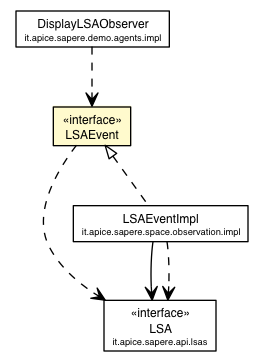
This is deployed-site/apidocs/it/apice/sapere/api/space/observation/LSAEvent.png from DanySK/Legacy-Contessi-Thesis-Semantic-Web-SAPERE, a Graphviz export, as it was before one commit. Its source is kept beside it as deployed-site/apidocs/it/apice/sapere/api/space/observation/LSAEvent.dot.
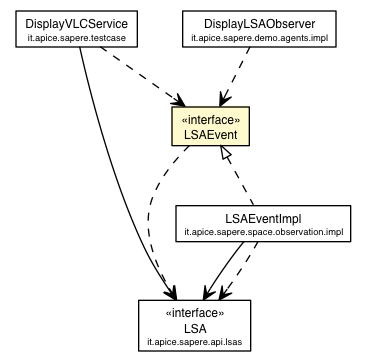
Later version of the same file.

What changed in the source:
```diff
@@ -2,34 +2,42 @@
 digraph G {
 	edge [fontname="Helvetica",fontsize=10,labelfontname="Helvetica",labelfontsize=10];
 	node [fontname="Helvetica",fontsize=10,shape=plaintext];
-	c43096 [label=<<table border="0" cellborder="1" cellspacing="0" cellpadding="2" port="p" href="../../lsas/LSA.html">
+	c49046 [label=<<table border="0" cellborder="1" cellspacing="0" cellpadding="2" port="p" href="../../lsas/LSA.html">
 		<tr><td><table border="0" cellspacing="0" cellpadding="1">
 			<tr><td> &laquo;interface&raquo; </td></tr>
 			<tr><td> LSA </td></tr>
 			<tr><td><font point-size="7.0"> it.apice.sapere.api.lsas </font></td></tr>
 		</table></td></tr>
 		</table>>, fontname="Helvetica", fontcolor="black", fontsize=9.0];
-	c43151 [label=<<table border="0" cellborder="1" cellspacing="0" cellpadding="2" port="p" bgcolor="lemonChiffon" href="./LSAEvent.html">
+	c49101 [label=<<table border="0" cellborder="1" cellspacing="0" cellpadding="2" port="p" bgcolor="lemonChiffon" href="./LSAEvent.html">
 		<tr><td><table border="0" cellspacing="0" cellpadding="1">
 			<tr><td> &laquo;interface&raquo; </td></tr>
 			<tr><td> LSAEvent </td></tr>
 		</table></td></tr>
 		</table>>, fontname="Helvetica", fontcolor="black", fontsize=9.0];
-	c43227 [label=<<table border="0" cellborder="1" cellspacing="0" cellpadding="2" port="p" href="../../../space/observation/impl/LSAEventImpl.html">
+	c49177 [label=<<table border="0" cellborder="1" cellspacing="0" cellpadding="2" port="p" href="../../../space/observation/impl/LSAEventImpl.html">
 		<tr><td><table border="0" cellspacing="0" cellpadding="1">
 			<tr><td> LSAEventImpl </td></tr>
 			<tr><td><font point-size="7.0"> it.apice.sapere.space.observation.impl </font></td></tr>
 		</table></td></tr>
 		</table>>, fontname="Helvetica", fontcolor="black", fontsize=9.0];
-	c43266 [label=<<table border="0" cellborder="1" cellspacing="0" cellpadding="2" port="p" href="../../../demo/agents/impl/DisplayLSAObserver.html">
+	c49218 [label=<<table border="0" cellborder="1" cellspacing="0" cellpadding="2" port="p" href="../../../testcase/DisplayVLCService.html">
+		<tr><td><table border="0" cellspacing="0" cellpadding="1">
+			<tr><td> DisplayVLCService </td></tr>
+			<tr><td><font point-size="7.0"> it.apice.sapere.testcase </font></td></tr>
+		</table></td></tr>
+		</table>>, fontname="Helvetica", fontcolor="black", fontsize=9.0];
+	c49223 [label=<<table border="0" cellborder="1" cellspacing="0" cellpadding="2" port="p" href="../../../demo/agents/impl/DisplayLSAObserver.html">
 		<tr><td><table border="0" cellspacing="0" cellpadding="1">
 			<tr><td> DisplayLSAObserver </td></tr>
 			<tr><td><font point-size="7.0"> it.apice.sapere.demo.agents.impl </font></td></tr>
 		</table></td></tr>
 		</table>>, fontname="Helvetica", fontcolor="black", fontsize=9.0];
-	c43151:p -> c43227:p [dir=back,arrowtail=empty,style=dashed];
-	c43227:p -> c43096:p [taillabel="", label="", headlabel="", fontname="Helvetica", fontcolor="black", fontsize=10.0, color="black", arrowhead=open];
-	c43151:p -> c43096:p [taillabel="", label="", headlabel="", fontname="Helvetica", fontcolor="black", fontsize=10.0, color="black", arrowhead=open, style=dashed];
-	c43227:p -> c43096:p [taillabel="", label="", headlabel="", fontname="Helvetica", fontcolor="black", fontsize=10.0, color="black", arrowhead=open, style=dashed];
-	c43266:p -> c43151:p [taillabel="", label="", headlabel="", fontname="Helvetica", fontcolor="black", fontsize=10.0, color="black", arrowhead=open, style=dashed];
+	c49101:p -> c49177:p [dir=back,arrowtail=empty,style=dashed];
+	c49177:p -> c49046:p [taillabel="", label="", headlabel="", fontname="Helvetica", fontcolor="black", fontsize=10.0, color="black", arrowhead=open];
+	c49218:p -> c49046:p [taillabel="", label="", headlabel="", fontname="Helvetica", fontcolor="black", fontsize=10.0, color="black", arrowhead=open];
+	c49101:p -> c49046:p [taillabel="", label="", headlabel="", fontname="Helvetica", fontcolor="black", fontsize=10.0, color="black", arrowhead=open, style=dashed];
+	c49177:p -> c49046:p [taillabel="", label="", headlabel="", fontname="Helvetica", fontcolor="black", fontsize=10.0, color="black", arrowhead=open, style=dashed];
+	c49218:p -> c49101:p [taillabel="", label="", headlabel="", fontname="Helvetica", fontcolor="black", fontsize=10.0, color="black", arrowhead=open, style=dashed];
+	c49223:p -> c49101:p [taillabel="", label="", headlabel="", fontname="Helvetica", fontcolor="black", fontsize=10.0, color="black", arrowhead=open, style=dashed];
 }
```
